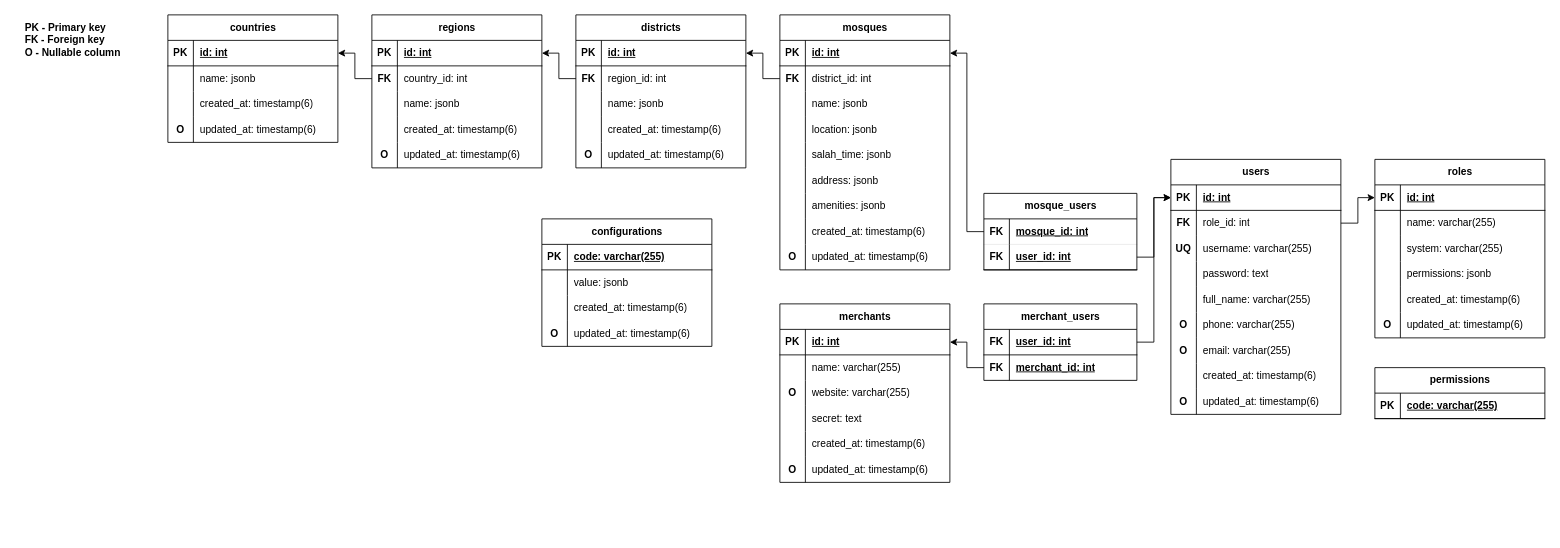
Earlier version of the draw.io diagram page "DatabaseSchema" (1 of 3) of raw/uml/Schemas.drawio (MasjidVaqtlari/docs). Source tidied: cells renumbered, new cells numbered last; positions are measured from the earlier drawing's top-left corner, leaving out a move shared by most shapes. Both pictures are drawn from the tidied source at 85%, with x=0, y=0 at pixel (14, 14).
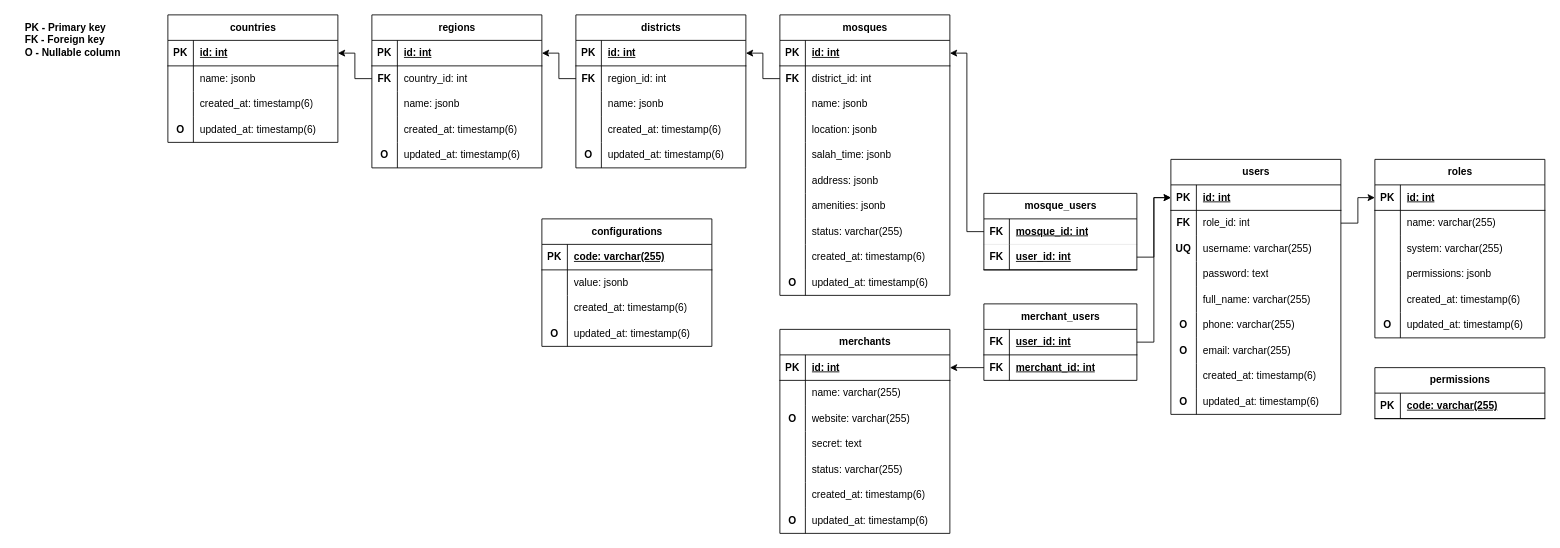
Above is the later version.

Commit message (it also covers changes not shown here):
Added status to mosque and merchant entities

The edit, as a diff of the source:
```diff
@@
     <mxCell id="47" value="mosques" style="shape=table;startSize=30;childLayout=tableLayout;rowLines=0;fontStyle=1;align=center;html=1;" parent="1" vertex="1">
-      <mxGeometry x="900" width="200" height="300" as="geometry" />
+      <mxGeometry x="900" width="200" height="330" as="geometry" />
     </mxCell>
@@
+    <mxCell id="181" style="shape=tableRow;horizontal=0;startSize=0;swimlaneHead=0;swimlaneBody=0;fillColor=none;top=0;left=0;right=0;bottom=0;" parent="47" vertex="1">
+      <mxGeometry y="240" width="200" height="30" as="geometry" />
+    </mxCell>
+    <mxCell id="182" style="shape=partialRectangle;fillColor=none;top=0;left=0;bottom=0;right=0;overflow=hidden;whiteSpace=wrap;html=1;fontStyle=1;" parent="181" vertex="1">
+      <mxGeometry width="30" height="30" as="geometry" />
+    </mxCell>
+    <mxCell id="183" value="status: varchar(255)" style="shape=partialRectangle;fillColor=none;top=0;left=0;bottom=0;right=0;align=left;spacingLeft=6;overflow=hidden;whiteSpace=wrap;html=1;" parent="181" vertex="1">
+      <mxGeometry x="30" width="170" height="30" as="geometry" />
+    </mxCell>
     <mxCell id="69" style="shape=tableRow;horizontal=0;startSize=0;swimlaneHead=0;swimlaneBody=0;fillColor=none;top=0;left=0;right=0;bottom=0;" parent="47" vertex="1">
-      <mxGeometry y="240" width="200" height="30" as="geometry" />
+      <mxGeometry y="270" width="200" height="30" as="geometry" />
     </mxCell>
@@
     <mxCell id="72" style="shape=tableRow;horizontal=0;startSize=0;swimlaneHead=0;swimlaneBody=0;fillColor=none;top=0;left=0;right=0;bottom=0;" parent="47" vertex="1">
-      <mxGeometry y="270" width="200" height="30" as="geometry" />
+      <mxGeometry y="300" width="200" height="30" as="geometry" />
     </mxCell>
@@
     <mxCell id="130" value="merchants" style="shape=table;startSize=30;childLayout=tableLayout;rowLines=0;fontStyle=1;align=center;html=1;" parent="1" vertex="1">
-      <mxGeometry x="900" y="340" width="200" height="210" as="geometry" />
+      <mxGeometry x="900" y="370" width="200" height="240" as="geometry" />
     </mxCell>
@@
+    <mxCell id="184" style="shape=tableRow;horizontal=0;startSize=0;swimlaneHead=0;swimlaneBody=0;fillColor=none;top=0;left=0;right=0;bottom=0;" parent="130" vertex="1">
+      <mxGeometry y="150" width="200" height="30" as="geometry" />
+    </mxCell>
+    <mxCell id="185" style="shape=partialRectangle;fillColor=none;top=0;left=0;bottom=0;right=0;overflow=hidden;whiteSpace=wrap;html=1;fontStyle=1;" parent="184" vertex="1">
+      <mxGeometry width="30" height="30" as="geometry" />
+    </mxCell>
+    <mxCell id="186" value="status: varchar(255)" style="shape=partialRectangle;fillColor=none;top=0;left=0;bottom=0;right=0;align=left;spacingLeft=6;overflow=hidden;whiteSpace=wrap;html=1;" parent="184" vertex="1">
+      <mxGeometry x="30" width="170" height="30" as="geometry" />
+    </mxCell>
     <mxCell id="143" style="shape=tableRow;horizontal=0;startSize=0;swimlaneHead=0;swimlaneBody=0;fillColor=none;top=0;left=0;right=0;bottom=0;" parent="130" vertex="1">
-      <mxGeometry y="150" width="200" height="30" as="geometry" />
+      <mxGeometry y="180" width="200" height="30" as="geometry" />
     </mxCell>
@@
     <mxCell id="146" style="shape=tableRow;horizontal=0;startSize=0;swimlaneHead=0;swimlaneBody=0;fillColor=none;top=0;left=0;right=0;bottom=0;" parent="130" vertex="1">
-      <mxGeometry y="180" width="200" height="30" as="geometry" />
+      <mxGeometry y="210" width="200" height="30" as="geometry" />
     </mxCell>
```
